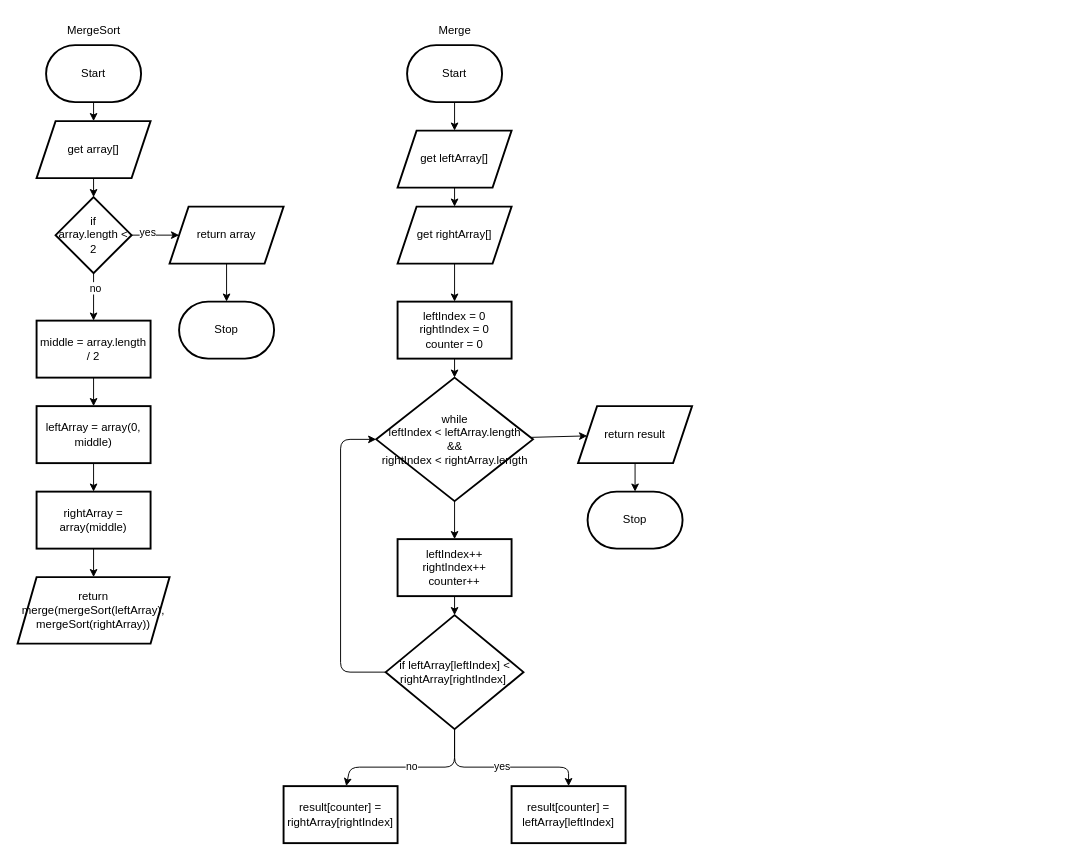
The draw.io diagram Unit3-06/flowchart.drawio in Flynn-Rundquist/ICS4U-Unit3, before the edit. Source tidied: cells renumbered, new cells numbered last; positions are measured from the earlier drawing's top-left corner, leaving out a move shared by most shapes. Both pictures are drawn from the tidied source at 95%, with x=0, y=0 at pixel (17, 16).
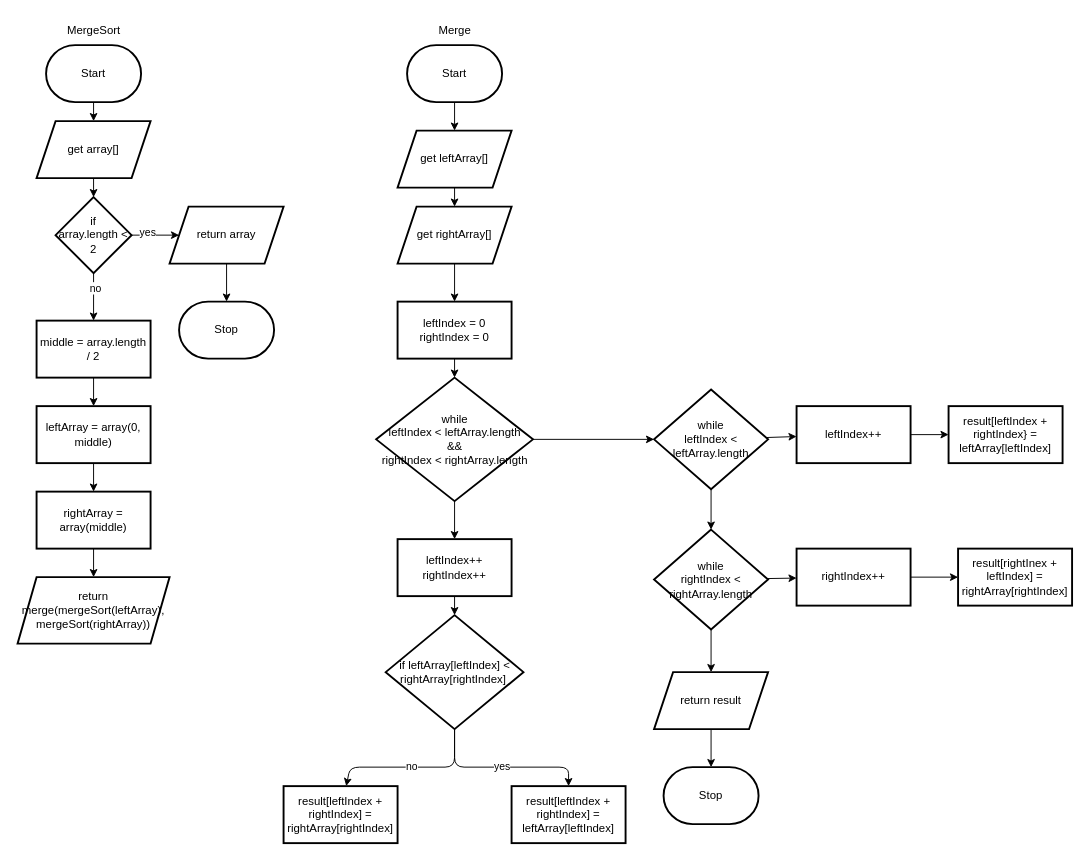
After the change.

Unchanged cells that the change refers to:
```xml
<mxCell id="33" value="while&lt;br&gt;leftIndex &amp;lt; leftArray.length&lt;br&gt;&amp;amp;&amp;amp;&lt;br&gt;rightIndex &amp;lt; rightArray.length" style="rhombus;whiteSpace=wrap;html=1;strokeWidth=2;" parent="1" vertex="1">
  <mxGeometry x="377.5" y="380" width="165" height="130" as="geometry" />
</mxCell>
<mxCell id="39" value="if leftArray[leftIndex] &amp;lt; rightArray[rightIndex]&amp;nbsp;" style="rhombus;whiteSpace=wrap;html=1;strokeWidth=2;" parent="1" vertex="1">
  <mxGeometry x="387.5" y="630" width="145" height="120" as="geometry" />
</mxCell>
```

What changed in the source:
```diff
@@
-    <mxCell id="30" value="leftIndex = 0&lt;br&gt;rightIndex = 0&lt;br&gt;counter = 0" style="whiteSpace=wrap;html=1;strokeWidth=2;" parent="1" vertex="1">
+    <mxCell id="30" value="leftIndex = 0&lt;br&gt;rightIndex = 0" style="whiteSpace=wrap;html=1;strokeWidth=2;" parent="1" vertex="1">
       <mxGeometry x="400" y="300" width="120" height="60" as="geometry" />
     </mxCell>
@@
-    <mxCell id="32" style="edgeStyle=none;html=1;" parent="1" edge="1" source="33" target="43">
-      <mxGeometry relative="1" as="geometry" />
-    </mxCell>
+    <mxCell id="45" style="edgeStyle=none;html=1;" parent="1" edge="1" source="33" target="42">
+      <mxGeometry relative="1" as="geometry" />
+    </mxCell>
@@
-    <mxCell id="35" value="leftIndex++&lt;br&gt;rightIndex++&lt;br&gt;counter++" style="whiteSpace=wrap;html=1;strokeWidth=2;" parent="1" vertex="1">
+    <mxCell id="35" value="leftIndex++&lt;br&gt;rightIndex++" style="whiteSpace=wrap;html=1;strokeWidth=2;" parent="1" vertex="1">
       <mxGeometry x="400" y="550" width="120" height="60" as="geometry" />
     </mxCell>
@@
-    <mxCell id="38" style="edgeStyle=none;html=1;entryX=0;entryY=0.5;entryDx=0;entryDy=0;" parent="1" edge="1" source="39" target="33">
-      <mxGeometry relative="1" as="geometry">
-        <Array as="points">
-          <mxPoint x="340" y="690" />
-          <mxPoint x="340" y="445" />
-        </Array>
-      </mxGeometry>
-    </mxCell>
@@
-    <mxCell id="40" value="result[counter] = leftArray[leftIndex]" style="whiteSpace=wrap;html=1;strokeWidth=2;" parent="1" vertex="1">
+    <mxCell id="40" value="result[leftIndex + rightIndex] = leftArray[leftIndex]" style="whiteSpace=wrap;html=1;strokeWidth=2;" parent="1" vertex="1">
       <mxGeometry x="520" y="810" width="120" height="60" as="geometry" />
     </mxCell>
-    <mxCell id="41" value="result[counter] = rightArray[rightIndex]" style="whiteSpace=wrap;html=1;strokeWidth=2;" parent="1" vertex="1">
+    <mxCell id="41" value="result[leftIndex + rightIndex] = rightArray[rightIndex]" style="whiteSpace=wrap;html=1;strokeWidth=2;" parent="1" vertex="1">
       <mxGeometry x="280" y="810" width="120" height="60" as="geometry" />
     </mxCell>
+    <mxCell id="46" style="edgeStyle=none;html=1;" parent="1" edge="1" source="42" target="50">
+      <mxGeometry relative="1" as="geometry" />
+    </mxCell>
+    <mxCell id="47" style="edgeStyle=none;html=1;" parent="1" edge="1" source="42" target="53">
+      <mxGeometry relative="1" as="geometry" />
+    </mxCell>
-    <mxCell id="42" style="edgeStyle=none;html=1;" parent="1" edge="1" source="43" target="44">
-      <mxGeometry relative="1" as="geometry" />
+    <mxCell id="42" value="while&lt;br&gt;leftIndex &amp;lt; leftArray.length" style="rhombus;whiteSpace=wrap;html=1;strokeWidth=2;" parent="1" vertex="1">
+      <mxGeometry x="670" y="392.5" width="120" height="105" as="geometry" />
     </mxCell>
+    <mxCell id="48" value="result[leftIndex + rightIndex} = leftArray[leftIndex]" style="whiteSpace=wrap;html=1;strokeWidth=2;" parent="1" vertex="1">
+      <mxGeometry x="980" y="410" width="120" height="60" as="geometry" />
+    </mxCell>
+    <mxCell id="49" style="edgeStyle=none;html=1;" parent="1" edge="1" source="50" target="48">
+      <mxGeometry relative="1" as="geometry" />
+    </mxCell>
+    <mxCell id="50" value="leftIndex++" style="whiteSpace=wrap;html=1;strokeWidth=2;" parent="1" vertex="1">
+      <mxGeometry x="820" y="410" width="120" height="60" as="geometry" />
+    </mxCell>
+    <mxCell id="51" style="edgeStyle=none;html=1;" parent="1" edge="1" source="53" target="55">
+      <mxGeometry relative="1" as="geometry" />
+    </mxCell>
+    <mxCell id="52" style="edgeStyle=none;html=1;" parent="1" edge="1" source="53" target="43">
+      <mxGeometry relative="1" as="geometry" />
+    </mxCell>
+    <mxCell id="53" value="while&lt;br&gt;rightIndex &amp;lt; rightArray.length" style="rhombus;whiteSpace=wrap;html=1;strokeWidth=2;" parent="1" vertex="1">
+      <mxGeometry x="670" y="540" width="120" height="105" as="geometry" />
+    </mxCell>
+    <mxCell id="54" style="edgeStyle=none;html=1;" parent="1" edge="1" source="55" target="56">
+      <mxGeometry relative="1" as="geometry" />
+    </mxCell>
+    <mxCell id="55" value="rightIndex++" style="whiteSpace=wrap;html=1;strokeWidth=2;" parent="1" vertex="1">
+      <mxGeometry x="820" y="560" width="120" height="60" as="geometry" />
+    </mxCell>
+    <mxCell id="56" value="result[rightInex + leftIndex] = rightArray[rightIndex]" style="whiteSpace=wrap;html=1;strokeWidth=2;" parent="1" vertex="1">
+      <mxGeometry x="990" y="560" width="120" height="60" as="geometry" />
+    </mxCell>
+    <mxCell id="57" style="edgeStyle=none;html=1;" parent="1" edge="1" source="43" target="44">
+      <mxGeometry relative="1" as="geometry" />
+    </mxCell>
     <mxCell id="43" value="return result" style="shape=parallelogram;perimeter=parallelogramPerimeter;whiteSpace=wrap;html=1;fixedSize=1;strokeWidth=2;" parent="1" vertex="1">
-      <mxGeometry x="590" y="410" width="120" height="60" as="geometry" />
+      <mxGeometry x="670" y="690" width="120" height="60" as="geometry" />
     </mxCell>
     <mxCell id="44" value="Stop" style="strokeWidth=2;html=1;shape=mxgraph.flowchart.terminator;whiteSpace=wrap;" parent="1" vertex="1">
-      <mxGeometry x="600" y="500" width="100" height="60" as="geometry" />
+      <mxGeometry x="680" y="790" width="100" height="60" as="geometry" />
     </mxCell>
```
